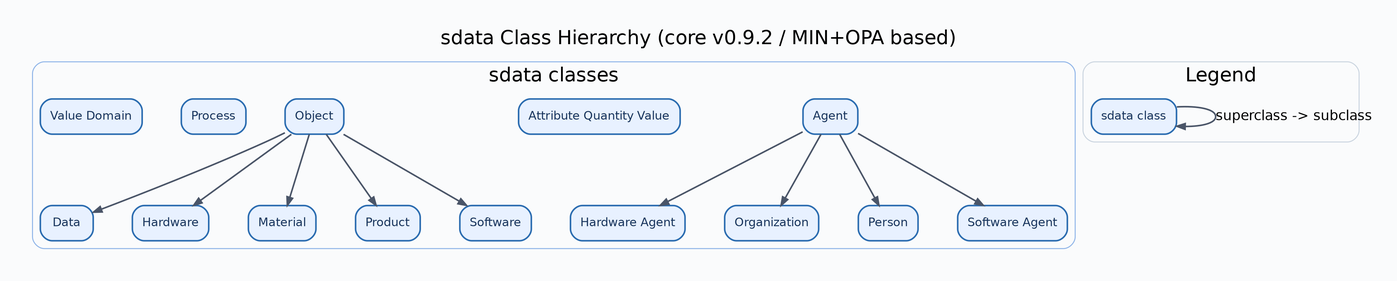
Earlier version of the Graphviz export docs/diagrams/sdata-class-hierarchy.png (lepy/sdata-ontology). Its source is kept beside it as docs/diagrams/sdata-class-hierarchy.dot.
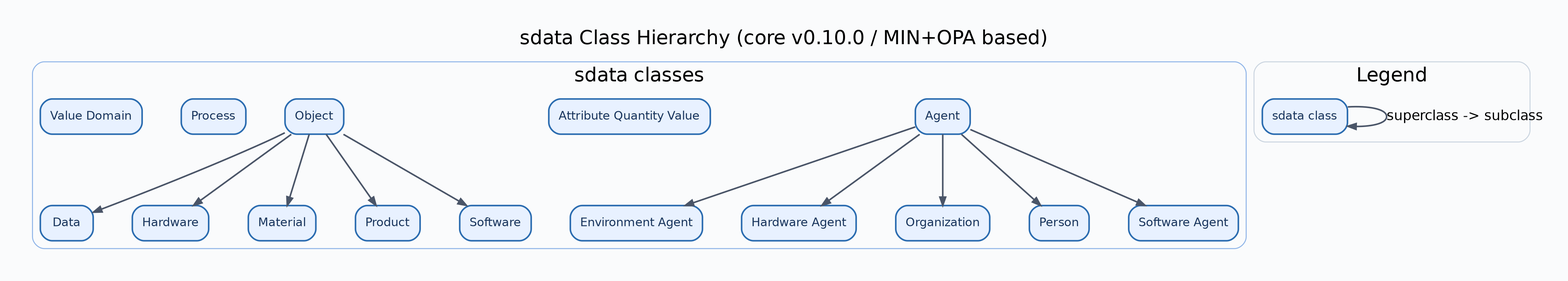
The same file after the commit.

What changed in the source:
```diff
@@ -2,7 +2,7 @@
 	graph [bgcolor="#FAFBFC",
 		fontname=Helvetica,
 		fontsize=20,
-		label="sdata Class Hierarchy (core v0.9.2 / MIN+OPA based)",
+		label="sdata Class Hierarchy (core v0.10.0 / MIN+OPA based)",
 		labeljust=c,
 		labelloc=t,
 		nodesep=0.55,
@@ -42,6 +42,10 @@
 			fillcolor="#E8F1FF",
 			fontcolor="#1A365D",
 			label=Data];
+		"https://w3id.org/sdata/core/EnvironmentAgent"	[color="#2B6CB0",
+			fillcolor="#E8F1FF",
+			fontcolor="#1A365D",
+			label="Environment Agent"];
 		"https://w3id.org/sdata/core/Hardware"	[color="#2B6CB0",
 			fillcolor="#E8F1FF",
 			fontcolor="#1A365D",
@@ -98,6 +102,7 @@
 			label="sdata class"];
 		legend_sdata -> legend_sdata	[label="superclass -> subclass"];
 	}
+	"https://w3id.org/sdata/core/Agent" -> "https://w3id.org/sdata/core/EnvironmentAgent";
 	"https://w3id.org/sdata/core/Agent" -> "https://w3id.org/sdata/core/HardwareAgent";
 	"https://w3id.org/sdata/core/Agent" -> "https://w3id.org/sdata/core/Organization";
 	"https://w3id.org/sdata/core/Agent" -> "https://w3id.org/sdata/core/Person";
```
